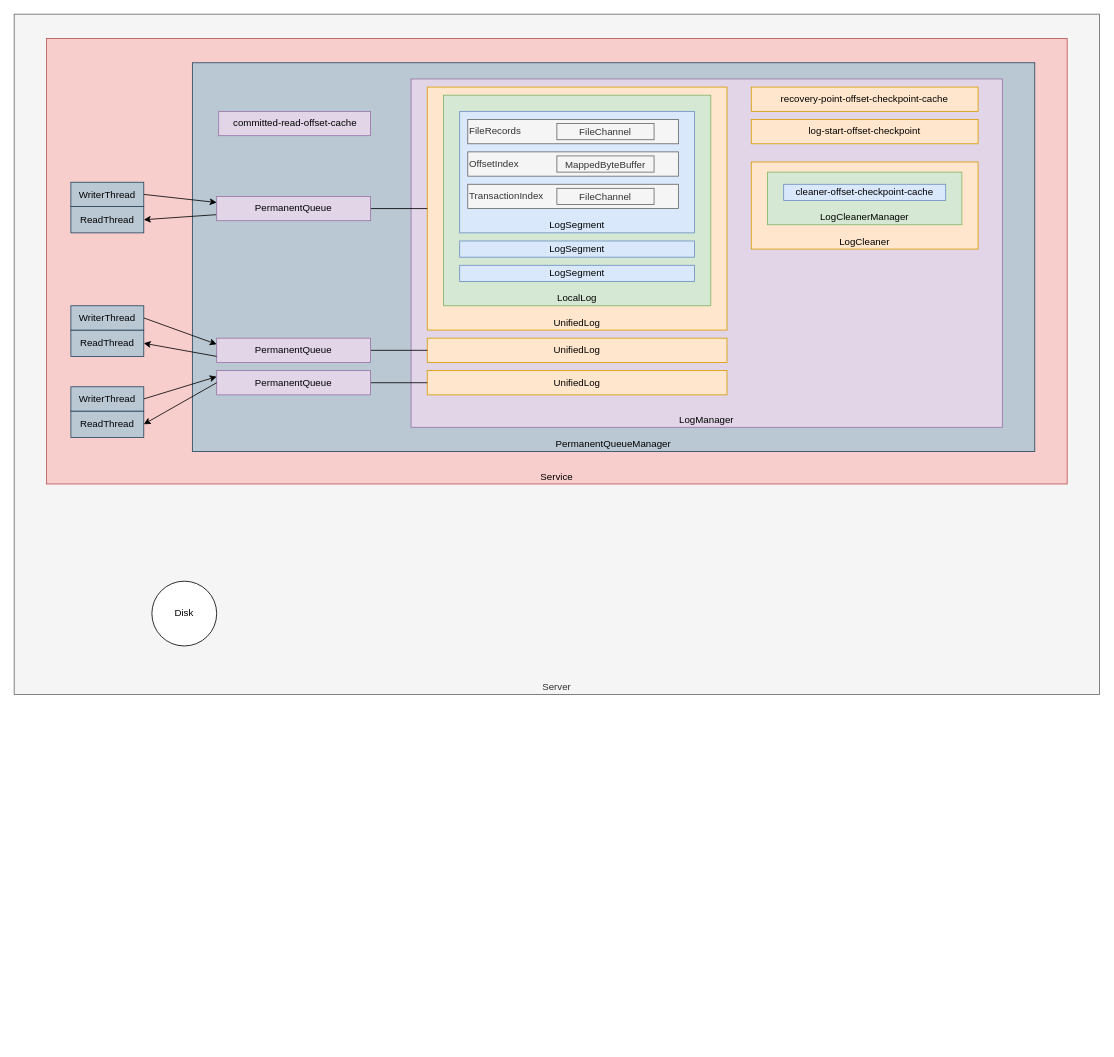
This is PermanentQueue.drawio from qingchao-kong/draw.io, a draw.io file, before an edit. Source tidied: cells renumbered, new cells numbered last; positions are measured from the earlier drawing's top-left corner, leaving out a move shared by most shapes. Both pictures are drawn from the tidied source at 81%, with x=0, y=0 at pixel (14, 14).
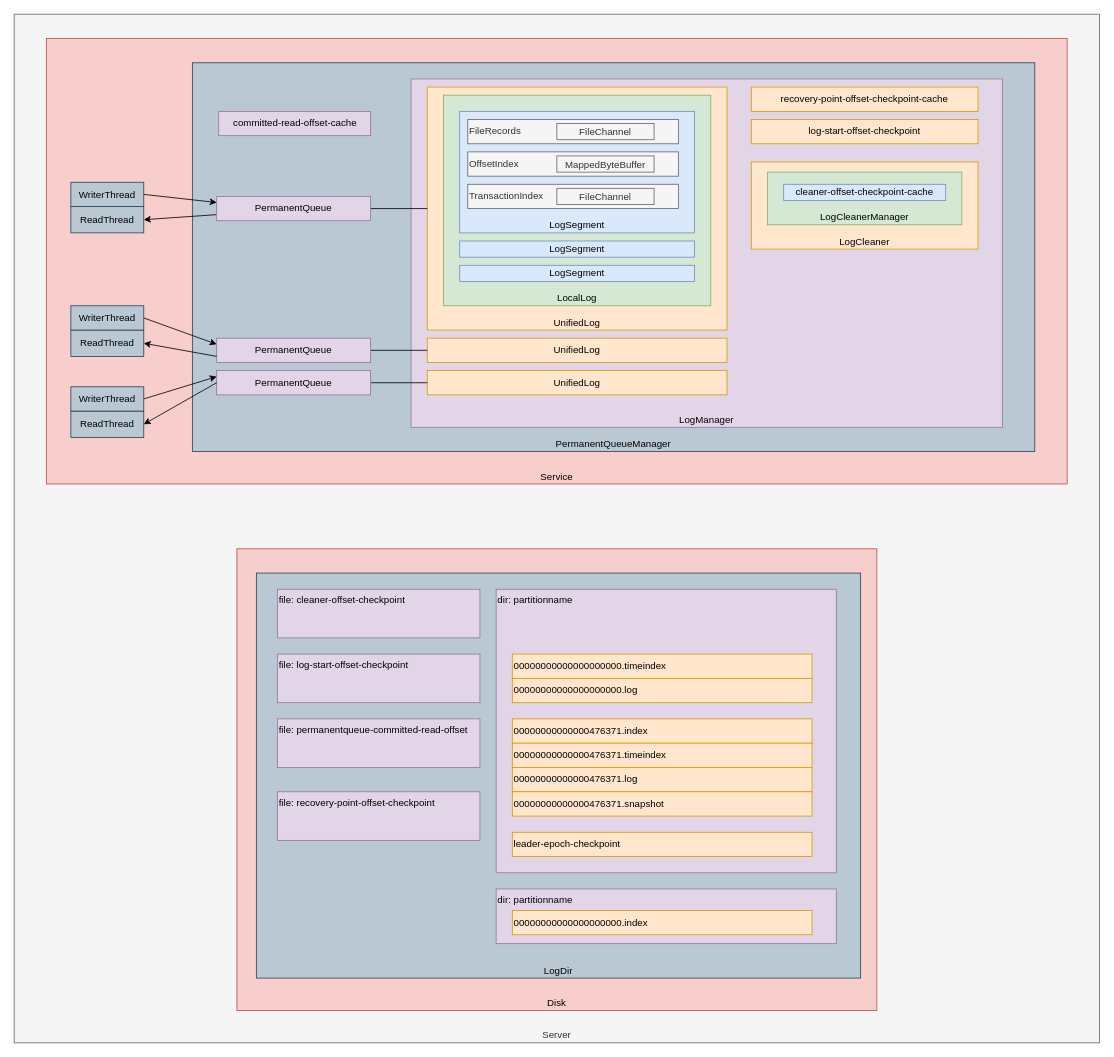
The same page after the edit.

Change to the diagram source:
```diff
@@
     <mxCell id="2" value="Server" style="rounded=0;whiteSpace=wrap;html=1;verticalAlign=bottom;fillColor=#f5f5f5;fontColor=#333333;strokeColor=#666666;" parent="1" vertex="1">
-      <mxGeometry width="1340" height="840" as="geometry" />
+      <mxGeometry width="1340" height="1270" as="geometry" />
     </mxCell>
@@
-    <mxCell id="6" value="Disk" style="ellipse;whiteSpace=wrap;html=1;" parent="1" vertex="1">
-      <mxGeometry x="170" y="700" width="80" height="80" as="geometry" />
-    </mxCell>
@@
+    <mxCell id="6" value="Disk" style="rounded=0;whiteSpace=wrap;html=1;verticalAlign=bottom;fillColor=#f8cecc;strokeColor=#b85450;" parent="1" vertex="1">
+      <mxGeometry x="275" y="660" width="790" height="570" as="geometry" />
+    </mxCell>
+    <mxCell id="44" value="LogDir" style="rounded=0;whiteSpace=wrap;html=1;verticalAlign=bottom;fillColor=#bac8d3;strokeColor=#23445d;" parent="1" vertex="1">
+      <mxGeometry x="299" y="690" width="746" height="500" as="geometry" />
+    </mxCell>
+    <mxCell id="45" value="file: cleaner-offset-checkpoint" style="rounded=0;whiteSpace=wrap;html=1;verticalAlign=top;fillColor=#e1d5e7;strokeColor=#9673a6;align=left;" parent="1" vertex="1">
+      <mxGeometry x="325" y="710" width="250" height="60" as="geometry" />
+    </mxCell>
+    <mxCell id="46" value="file: log-start-offset-checkpoint" style="rounded=0;whiteSpace=wrap;html=1;verticalAlign=top;fillColor=#e1d5e7;strokeColor=#9673a6;align=left;" parent="1" vertex="1">
+      <mxGeometry x="325" y="790" width="250" height="60" as="geometry" />
+    </mxCell>
+    <mxCell id="47" value="file: permanentqueue-committed-read-offset" style="rounded=0;whiteSpace=wrap;html=1;verticalAlign=top;fillColor=#e1d5e7;strokeColor=#9673a6;align=left;" parent="1" vertex="1">
+      <mxGeometry x="325" y="870" width="250" height="60" as="geometry" />
+    </mxCell>
+    <mxCell id="48" value="file: recovery-point-offset-checkpoint" style="rounded=0;whiteSpace=wrap;html=1;verticalAlign=top;fillColor=#e1d5e7;strokeColor=#9673a6;align=left;" parent="1" vertex="1">
+      <mxGeometry x="325" y="960" width="250" height="60" as="geometry" />
+    </mxCell>
+    <mxCell id="49" value="dir: partitionname" style="rounded=0;whiteSpace=wrap;html=1;verticalAlign=top;fillColor=#e1d5e7;strokeColor=#9673a6;align=left;" parent="1" vertex="1">
+      <mxGeometry x="595" y="710" width="420" height="350" as="geometry" />
+    </mxCell>
+    <mxCell id="50" value="00000000000000000000.timeindex" style="rounded=0;whiteSpace=wrap;html=1;verticalAlign=middle;fillColor=#ffe6cc;strokeColor=#d79b00;align=left;" parent="1" vertex="1">
+      <mxGeometry x="615" y="790" width="370" height="30" as="geometry" />
+    </mxCell>
+    <mxCell id="51" value="00000000000000000000.log" style="rounded=0;whiteSpace=wrap;html=1;verticalAlign=middle;fillColor=#ffe6cc;strokeColor=#d79b00;align=left;" parent="1" vertex="1">
+      <mxGeometry x="615" y="820" width="370" height="30" as="geometry" />
+    </mxCell>
+    <mxCell id="52" value="00000000000000476371.index" style="rounded=0;whiteSpace=wrap;html=1;verticalAlign=middle;fillColor=#ffe6cc;strokeColor=#d79b00;align=left;" parent="1" vertex="1">
+      <mxGeometry x="615" y="870" width="370" height="30" as="geometry" />
+    </mxCell>
+    <mxCell id="53" value="00000000000000476371.timeindex" style="rounded=0;whiteSpace=wrap;html=1;verticalAlign=middle;fillColor=#ffe6cc;strokeColor=#d79b00;align=left;" parent="1" vertex="1">
+      <mxGeometry x="615" y="900" width="370" height="30" as="geometry" />
+    </mxCell>
+    <mxCell id="54" value="00000000000000476371.log" style="rounded=0;whiteSpace=wrap;html=1;verticalAlign=middle;fillColor=#ffe6cc;strokeColor=#d79b00;align=left;" parent="1" vertex="1">
+      <mxGeometry x="615" y="930" width="370" height="30" as="geometry" />
+    </mxCell>
+    <mxCell id="55" value="00000000000000476371.snapshot" style="rounded=0;whiteSpace=wrap;html=1;verticalAlign=middle;fillColor=#ffe6cc;strokeColor=#d79b00;align=left;" parent="1" vertex="1">
+      <mxGeometry x="615" y="960" width="370" height="30" as="geometry" />
+    </mxCell>
+    <mxCell id="56" value="dir: partitionname" style="rounded=0;whiteSpace=wrap;html=1;verticalAlign=top;fillColor=#e1d5e7;strokeColor=#9673a6;align=left;" parent="1" vertex="1">
+      <mxGeometry x="595" y="1080" width="420" height="67.5" as="geometry" />
+    </mxCell>
+    <mxCell id="57" value="00000000000000000000.index" style="rounded=0;whiteSpace=wrap;html=1;verticalAlign=middle;fillColor=#ffe6cc;strokeColor=#d79b00;align=left;" parent="1" vertex="1">
+      <mxGeometry x="615" y="1106.5" width="370" height="30" as="geometry" />
+    </mxCell>
+    <mxCell id="58" value="leader-epoch-checkpoint" style="rounded=0;whiteSpace=wrap;html=1;verticalAlign=middle;fillColor=#ffe6cc;strokeColor=#d79b00;align=left;" parent="1" vertex="1">
+      <mxGeometry x="615" y="1010" width="370" height="30" as="geometry" />
+    </mxCell>
```
